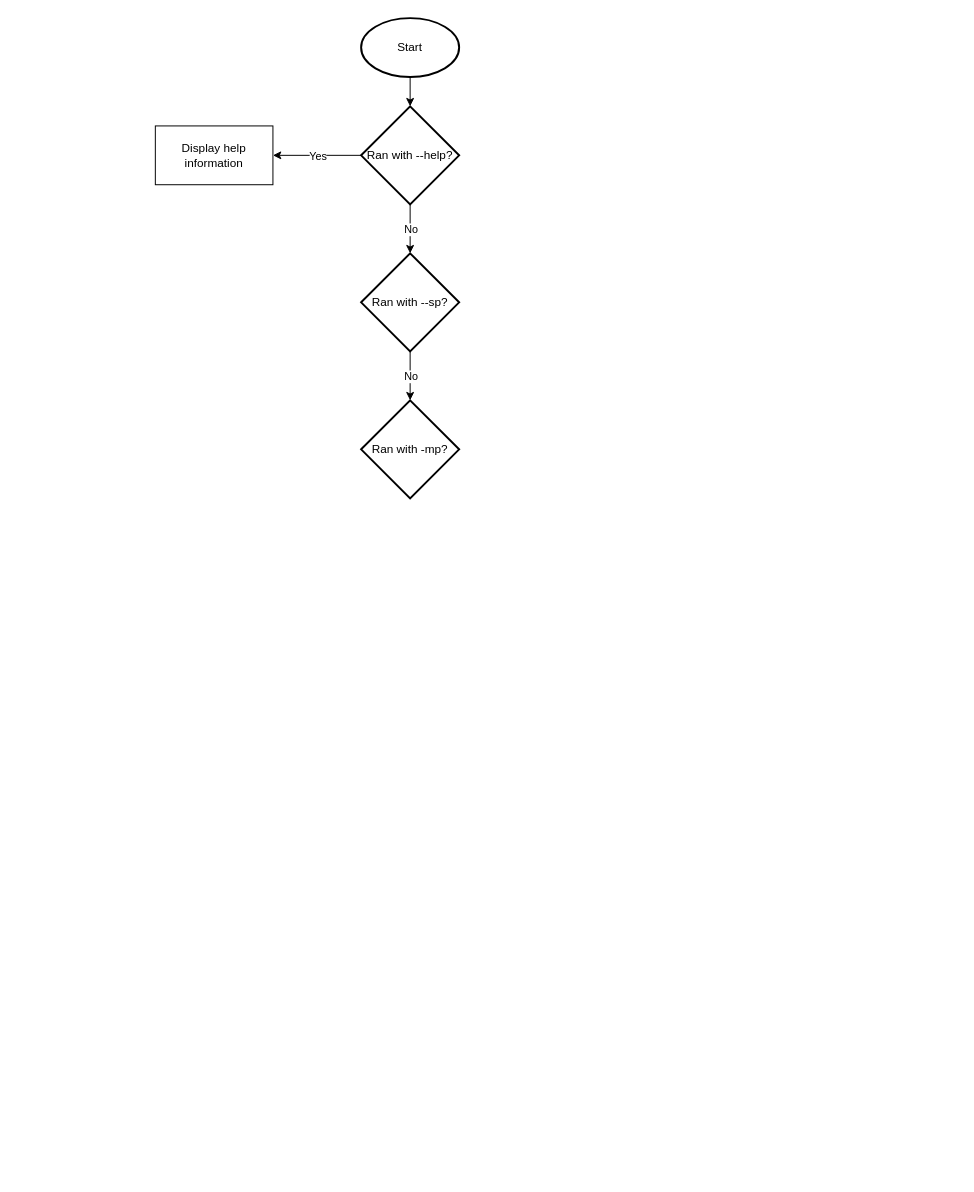
Before: flowchart.drawio in SachaBucinskas/Squiz, a draw.io diagram. Source tidied: cells renumbered, new cells numbered last; positions are measured from the earlier drawing's top-left corner, leaving out a move shared by most shapes. Both pictures are drawn from the tidied source at 98%, with x=0, y=0 at pixel (155, 18).
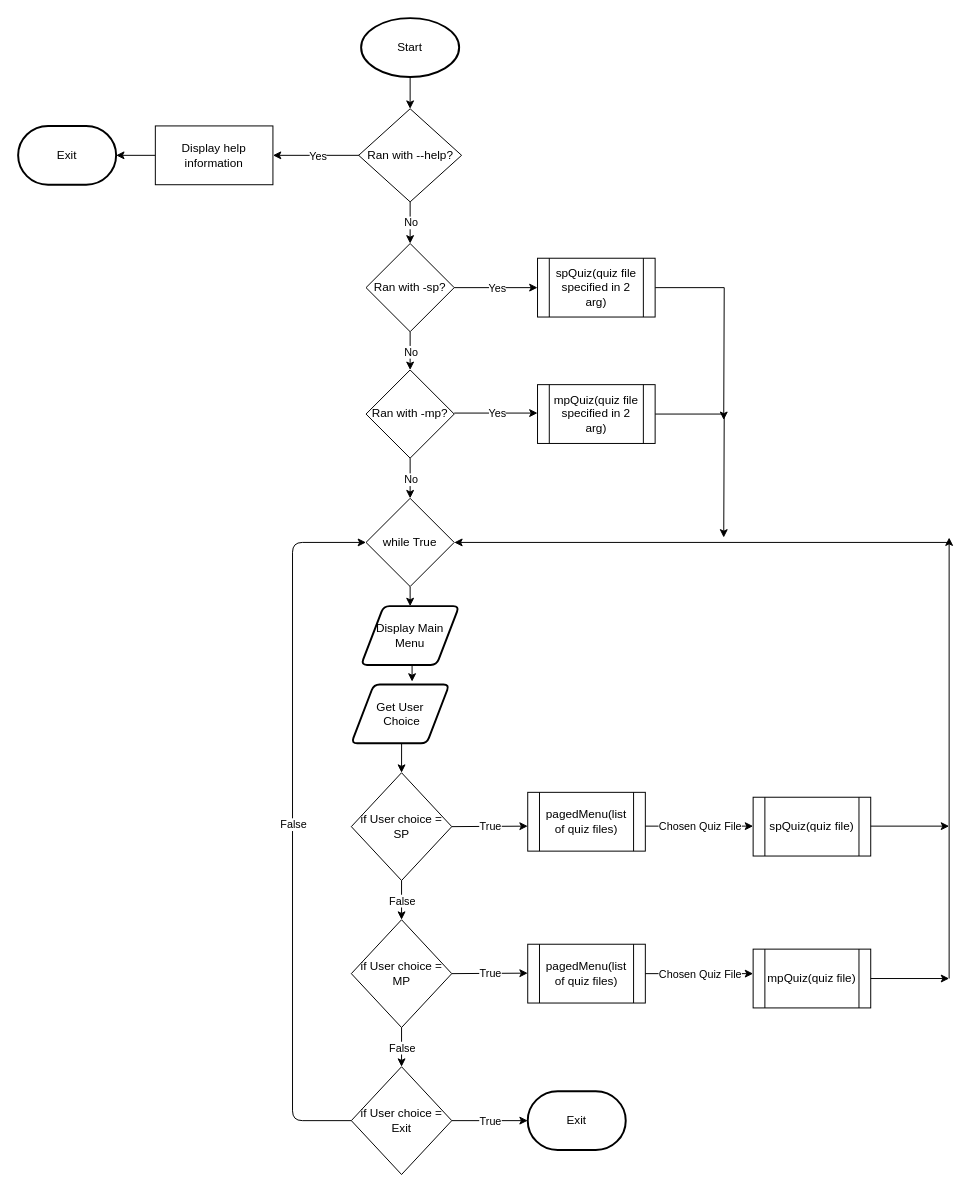
The same diagram, later.

Unchanged cells that the change refers to:
```xml
<mxCell id="2" value="Start" style="strokeWidth=2;html=1;shape=mxgraph.flowchart.start_1;whiteSpace=wrap;" parent="1" vertex="1">
  <mxGeometry x="210" width="100" height="60" as="geometry" />
</mxCell>
<mxCell id="6" value="Display help&lt;br&gt;information" style="rounded=0;whiteSpace=wrap;html=1;" parent="1" vertex="1">
  <mxGeometry y="110" width="120" height="60" as="geometry" />
</mxCell>
```

Change to the diagram source:
```diff
@@
-    <mxCell id="3" value="Ran with --help?" style="strokeWidth=2;html=1;shape=mxgraph.flowchart.decision;whiteSpace=wrap;" parent="1" vertex="1">
-      <mxGeometry x="210" y="90" width="100" height="100" as="geometry" />
-    </mxCell>
-    <mxCell id="4" style="endArrow=classic;html=1;exitX=0;exitY=0.5;exitDx=0;exitDy=0;exitPerimeter=0;entryX=1;entryY=0.5;entryDx=0;entryDy=0;" parent="1" edge="1" source="3" target="6">
-      <mxGeometry relative="1" as="geometry" />
+    <mxCell id="4" style="endArrow=classic;html=1;exitX=0;exitY=0.5;exitDx=0;exitDy=0;exitPerimeter=0;entryX=1;entryY=0.5;entryDx=0;entryDy=0;" parent="1" edge="1" target="6">
+      <mxGeometry relative="1" as="geometry">
+        <mxPoint x="210" y="140" as="sourcePoint" />
+      </mxGeometry>
     </mxCell>
@@
+    <mxCell id="14" style="edgeStyle=orthogonalEdgeStyle;rounded=0;jettySize=auto;html=1;exitX=0;exitY=0.5;exitDx=0;exitDy=0;entryX=1;entryY=0.5;entryDx=0;entryDy=0;entryPerimeter=0;" parent="1" edge="1" source="6" target="30">
+      <mxGeometry relative="1" as="geometry" />
+    </mxCell>
@@
-    <mxCell id="7" value="Ran with --sp?" style="strokeWidth=2;html=1;shape=mxgraph.flowchart.decision;whiteSpace=wrap;" parent="1" vertex="1">
-      <mxGeometry x="210" y="240" width="100" height="100" as="geometry" />
-    </mxCell>
-    <mxCell id="8" style="endArrow=classic;html=1;exitX=0.5;exitY=1;exitDx=0;exitDy=0;exitPerimeter=0;entryX=0.5;entryY=0;entryDx=0;entryDy=0;entryPerimeter=0;" parent="1" edge="1" source="3" target="7">
+    <mxCell id="8" style="endArrow=classic;html=1;exitX=0.5;exitY=1;exitDx=0;exitDy=0;entryX=0.5;entryY=0;entryDx=0;entryDy=0;" parent="1" edge="1" source="3" target="15">
       <mxGeometry relative="1" as="geometry" />
     </mxCell>
@@
-    <mxCell id="10" style="endArrow=classic;html=1;exitX=0.5;exitY=1;exitDx=0;exitDy=0;exitPerimeter=0;entryX=0.5;entryY=0;entryDx=0;entryDy=0;entryPerimeter=0;" parent="1" edge="1" source="2" target="3">
+    <mxCell id="10" style="endArrow=classic;html=1;exitX=0.5;exitY=1;exitDx=0;exitDy=0;exitPerimeter=0;entryX=0.5;entryY=0;entryDx=0;entryDy=0;" parent="1" edge="1" source="2" target="3">
       <mxGeometry relative="1" as="geometry" />
     </mxCell>
-    <mxCell id="11" value="Ran with -mp?" style="strokeWidth=2;html=1;shape=mxgraph.flowchart.decision;whiteSpace=wrap;" parent="1" vertex="1">
-      <mxGeometry x="210" y="390" width="100" height="100" as="geometry" />
-    </mxCell>
-    <mxCell id="12" style="endArrow=classic;html=1;exitX=0.5;exitY=1;exitDx=0;exitDy=0;exitPerimeter=0;entryX=0.5;entryY=0;entryDx=0;entryDy=0;entryPerimeter=0;" parent="1" edge="1" source="7" target="11">
+    <mxCell id="12" style="endArrow=classic;html=1;exitX=0.5;exitY=1;exitDx=0;exitDy=0;entryX=0.5;entryY=0;entryDx=0;entryDy=0;" parent="1" edge="1" source="15" target="11">
       <mxGeometry relative="1" as="geometry" />
     </mxCell>
@@
+    <mxCell id="11" value="Ran with -mp?" style="rhombus;whiteSpace=wrap;html=1;" parent="1" vertex="1">
+      <mxGeometry x="215" y="359" width="90" height="90" as="geometry" />
+    </mxCell>
+    <mxCell id="15" value="Ran with -sp?" style="rhombus;whiteSpace=wrap;html=1;" parent="1" vertex="1">
+      <mxGeometry x="215" y="230" width="90" height="90" as="geometry" />
+    </mxCell>
+    <mxCell id="3" value="Ran with --help?" style="rhombus;whiteSpace=wrap;html=1;" parent="1" vertex="1">
+      <mxGeometry x="207.5" y="92.5" width="105" height="95" as="geometry" />
+    </mxCell>
+    <mxCell id="16" style="edgeStyle=orthogonalEdgeStyle;rounded=0;jettySize=auto;html=1;exitX=0.5;exitY=1;exitDx=0;exitDy=0;entryX=0.5;entryY=0;entryDx=0;entryDy=0;" parent="1" edge="1" source="17">
+      <mxGeometry relative="1" as="geometry">
+        <mxPoint x="260" y="600" as="targetPoint" />
+      </mxGeometry>
+    </mxCell>
+    <mxCell id="17" value="while True" style="rhombus;whiteSpace=wrap;html=1;" parent="1" vertex="1">
+      <mxGeometry x="215" y="490" width="90" height="90" as="geometry" />
+    </mxCell>
+    <mxCell id="18" style="endArrow=classic;html=1;exitX=0.5;exitY=1;exitDx=0;exitDy=0;entryX=0.5;entryY=0;entryDx=0;entryDy=0;" parent="1" edge="1" source="11" target="17">
+      <mxGeometry relative="1" as="geometry" />
+    </mxCell>
+    <mxCell id="19" value="No" style="edgeLabel;html=1;align=center;verticalAlign=middle;" parent="18" vertex="1">
+      <mxGeometry relative="1" as="geometry" />
+    </mxCell>
+    <mxCell id="20" style="edgeStyle=orthogonalEdgeStyle;rounded=0;jettySize=auto;html=1;exitX=0.5;exitY=1;exitDx=0;exitDy=0;entryX=0.62;entryY=-0.05;entryDx=0;entryDy=0;entryPerimeter=0;" parent="1" edge="1" source="21" target="23">
+      <mxGeometry relative="1" as="geometry" />
+    </mxCell>
+    <mxCell id="21" value="Display Main Menu" style="shape=parallelogram;html=1;strokeWidth=2;perimeter=parallelogramPerimeter;whiteSpace=wrap;rounded=1;arcSize=12;size=0.23;" parent="1" vertex="1">
+      <mxGeometry x="210" y="600" width="100" height="60" as="geometry" />
+    </mxCell>
+    <mxCell id="22" style="edgeStyle=orthogonalEdgeStyle;rounded=0;jettySize=auto;html=1;exitX=0.5;exitY=1;exitDx=0;exitDy=0;entryX=0.5;entryY=0;entryDx=0;entryDy=0;" parent="1" edge="1" source="23" target="24">
+      <mxGeometry relative="1" as="geometry" />
+    </mxCell>
+    <mxCell id="23" value="Get User&lt;br&gt;&amp;nbsp;Choice" style="shape=parallelogram;html=1;strokeWidth=2;perimeter=parallelogramPerimeter;whiteSpace=wrap;rounded=1;arcSize=12;size=0.23;" parent="1" vertex="1">
+      <mxGeometry x="200" y="680" width="100" height="60" as="geometry" />
+    </mxCell>
+    <mxCell id="24" value="if User choice = SP" style="rhombus;whiteSpace=wrap;html=1;" parent="1" vertex="1">
+      <mxGeometry x="200" y="770" width="102.5" height="110" as="geometry" />
+    </mxCell>
+    <mxCell id="25" value="if User choice = MP" style="rhombus;whiteSpace=wrap;html=1;" parent="1" vertex="1">
+      <mxGeometry x="200" y="920" width="102.5" height="110" as="geometry" />
+    </mxCell>
+    <mxCell id="26" style="endArrow=classic;html=1;exitX=0.5;exitY=1;exitDx=0;exitDy=0;entryX=0.5;entryY=0;entryDx=0;entryDy=0;" parent="1" edge="1" source="24" target="25">
+      <mxGeometry relative="1" as="geometry" />
+    </mxCell>
+    <mxCell id="27" value="False" style="edgeLabel;html=1;align=center;verticalAlign=middle;" parent="26" vertex="1">
+      <mxGeometry relative="1" as="geometry" />
+    </mxCell>
+    <mxCell id="28" value="if User choice = Exit" style="rhombus;whiteSpace=wrap;html=1;" parent="1" vertex="1">
+      <mxGeometry x="200" y="1070" width="102.5" height="110" as="geometry" />
+    </mxCell>
+    <mxCell id="29" value="Exit" style="strokeWidth=2;html=1;shape=mxgraph.flowchart.terminator;whiteSpace=wrap;" parent="1" vertex="1">
+      <mxGeometry x="380" y="1095" width="100" height="60" as="geometry" />
+    </mxCell>
+    <mxCell id="30" value="Exit" style="strokeWidth=2;html=1;shape=mxgraph.flowchart.terminator;whiteSpace=wrap;" parent="1" vertex="1">
+      <mxGeometry x="-140" y="110" width="100" height="60" as="geometry" />
+    </mxCell>
+    <mxCell id="31" style="endArrow=classic;html=1;exitX=0.5;exitY=1;exitDx=0;exitDy=0;entryX=0.5;entryY=0;entryDx=0;entryDy=0;" parent="1" edge="1" source="25" target="28">
+      <mxGeometry relative="1" as="geometry" />
+    </mxCell>
+    <mxCell id="32" value="False" style="edgeLabel;html=1;align=center;verticalAlign=middle;" parent="31" vertex="1">
+      <mxGeometry relative="1" as="geometry" />
+    </mxCell>
+    <mxCell id="33" style="endArrow=classic;html=1;entryX=0;entryY=0.5;entryDx=0;entryDy=0;entryPerimeter=0;exitX=1;exitY=0.5;exitDx=0;exitDy=0;" parent="1" edge="1" source="28" target="29">
+      <mxGeometry relative="1" as="geometry" />
+    </mxCell>
+    <mxCell id="34" value="True" style="edgeLabel;html=1;align=center;verticalAlign=middle;" parent="33" vertex="1">
+      <mxGeometry relative="1" as="geometry" />
+    </mxCell>
+    <mxCell id="35" style="endArrow=classic;html=1;exitX=0;exitY=0.5;exitDx=0;exitDy=0;entryX=0;entryY=0.5;entryDx=0;entryDy=0;" parent="1" edge="1" source="28" target="17">
+      <mxGeometry relative="1" as="geometry">
+        <Array as="points">
+          <mxPoint x="140" y="1125" />
+          <mxPoint x="140" y="535" />
+        </Array>
+      </mxGeometry>
+    </mxCell>
+    <mxCell id="36" value="False" style="edgeLabel;html=1;align=center;verticalAlign=middle;" parent="35" vertex="1">
+      <mxGeometry relative="1" as="geometry" />
+    </mxCell>
+    <mxCell id="37" value="pagedMenu(list of quiz files)" style="shape=process;whiteSpace=wrap;html=1;backgroundOutline=1;" parent="1" vertex="1">
+      <mxGeometry x="380" y="945" width="120" height="60" as="geometry" />
+    </mxCell>
+    <mxCell id="38" style="endArrow=classic;html=1;entryX=0;entryY=0.5;entryDx=0;entryDy=0;entryPerimeter=0;exitX=1;exitY=0.5;exitDx=0;exitDy=0;" parent="1" edge="1" source="25">
+      <mxGeometry relative="1" as="geometry">
+        <mxPoint x="380" y="974.5" as="targetPoint" />
+      </mxGeometry>
+    </mxCell>
+    <mxCell id="39" value="True" style="edgeLabel;html=1;align=center;verticalAlign=middle;" parent="38" vertex="1">
+      <mxGeometry relative="1" as="geometry" />
+    </mxCell>
+    <mxCell id="40" style="endArrow=classic;html=1;entryX=0;entryY=0.5;entryDx=0;entryDy=0;entryPerimeter=0;exitX=1;exitY=0.5;exitDx=0;exitDy=0;" parent="1" edge="1">
+      <mxGeometry relative="1" as="geometry">
+        <mxPoint x="302.5" y="825" as="sourcePoint" />
+        <mxPoint x="380" y="824.5" as="targetPoint" />
+      </mxGeometry>
+    </mxCell>
+    <mxCell id="41" value="True" style="edgeLabel;html=1;align=center;verticalAlign=middle;" parent="40" vertex="1">
+      <mxGeometry relative="1" as="geometry" />
+    </mxCell>
+    <mxCell id="42" value="pagedMenu(list of quiz files)" style="shape=process;whiteSpace=wrap;html=1;backgroundOutline=1;" parent="1" vertex="1">
+      <mxGeometry x="380" y="790" width="120" height="60" as="geometry" />
+    </mxCell>
+    <mxCell id="43" style="endArrow=classic;html=1;exitX=1;exitY=0.5;exitDx=0;exitDy=0;" parent="1" edge="1" source="37">
+      <mxGeometry relative="1" as="geometry">
+        <mxPoint x="610" y="975" as="targetPoint" />
+      </mxGeometry>
+    </mxCell>
+    <mxCell id="44" value="Chosen Quiz File" style="edgeLabel;html=1;align=center;verticalAlign=middle;" parent="43" vertex="1">
+      <mxGeometry relative="1" as="geometry" />
+    </mxCell>
+    <mxCell id="45" value="mpQuiz(quiz file)" style="shape=process;whiteSpace=wrap;html=1;backgroundOutline=1;" parent="1" vertex="1">
+      <mxGeometry x="610" y="950" width="120" height="60" as="geometry" />
+    </mxCell>
+    <mxCell id="46" style="endArrow=classic;html=1;exitX=1;exitY=0.5;exitDx=0;exitDy=0;" parent="1" edge="1">
+      <mxGeometry relative="1" as="geometry">
+        <mxPoint x="500" y="824.5" as="sourcePoint" />
+        <mxPoint x="610" y="824.5" as="targetPoint" />
+      </mxGeometry>
+    </mxCell>
+    <mxCell id="47" value="Chosen Quiz File" style="edgeLabel;html=1;align=center;verticalAlign=middle;" parent="46" vertex="1">
+      <mxGeometry relative="1" as="geometry" />
+    </mxCell>
+    <mxCell id="48" value="spQuiz(quiz file)" style="shape=process;whiteSpace=wrap;html=1;backgroundOutline=1;" parent="1" vertex="1">
+      <mxGeometry x="610" y="795" width="120" height="60" as="geometry" />
+    </mxCell>
+    <mxCell id="49" style="endArrow=classic;html=1;exitX=1;exitY=0.5;exitDx=0;exitDy=0;" parent="1" edge="1" source="45">
+      <mxGeometry relative="1" as="geometry">
+        <mxPoint x="810" y="980" as="targetPoint" />
+      </mxGeometry>
+    </mxCell>
+    <mxCell id="50" style="endArrow=classic;html=1;" parent="1" edge="1">
+      <mxGeometry relative="1" as="geometry">
+        <mxPoint x="810" y="980" as="sourcePoint" />
+        <mxPoint x="810" y="530" as="targetPoint" />
+      </mxGeometry>
+    </mxCell>
+    <mxCell id="51" style="endArrow=classic;html=1;entryX=1;entryY=0.5;entryDx=0;entryDy=0;" parent="1" edge="1" target="17">
+      <mxGeometry relative="1" as="geometry">
+        <mxPoint x="810" y="535" as="sourcePoint" />
+      </mxGeometry>
+    </mxCell>
+    <mxCell id="52" style="endArrow=classic;html=1;exitX=1;exitY=0.5;exitDx=0;exitDy=0;" parent="1" edge="1">
+      <mxGeometry relative="1" as="geometry">
+        <mxPoint x="730" y="824.5" as="sourcePoint" />
+        <mxPoint x="810" y="824.5" as="targetPoint" />
+      </mxGeometry>
+    </mxCell>
+    <mxCell id="53" style="edgeStyle=orthogonalEdgeStyle;rounded=0;jettySize=auto;html=1;exitX=1;exitY=0.5;exitDx=0;exitDy=0;" parent="1" edge="1" source="54">
+      <mxGeometry relative="1" as="geometry">
+        <mxPoint x="580" y="530" as="targetPoint" />
+      </mxGeometry>
+    </mxCell>
+    <mxCell id="54" value="mpQuiz(quiz file specified in 2 arg)" style="shape=process;whiteSpace=wrap;html=1;backgroundOutline=1;" parent="1" vertex="1">
+      <mxGeometry x="390" y="374" width="120" height="60" as="geometry" />
+    </mxCell>
+    <mxCell id="55" style="edgeStyle=orthogonalEdgeStyle;rounded=0;jettySize=auto;html=1;exitX=1;exitY=0.5;exitDx=0;exitDy=0;" parent="1" edge="1" source="56">
+      <mxGeometry relative="1" as="geometry">
+        <mxPoint x="580" y="410" as="targetPoint" />
+      </mxGeometry>
+    </mxCell>
+    <mxCell id="56" value="spQuiz(quiz file specified in 2 arg)" style="shape=process;whiteSpace=wrap;html=1;backgroundOutline=1;" parent="1" vertex="1">
+      <mxGeometry x="390" y="245" width="120" height="60" as="geometry" />
+    </mxCell>
+    <mxCell id="57" style="endArrow=classic;html=1;exitX=1;exitY=0.5;exitDx=0;exitDy=0;entryX=0;entryY=0.5;entryDx=0;entryDy=0;" parent="1" edge="1" source="15" target="56">
+      <mxGeometry relative="1" as="geometry" />
+    </mxCell>
+    <mxCell id="58" value="Yes" style="edgeLabel;html=1;align=center;verticalAlign=middle;" parent="57" vertex="1">
+      <mxGeometry relative="1" as="geometry" />
+    </mxCell>
+    <mxCell id="59" style="endArrow=classic;html=1;exitX=1;exitY=0.5;exitDx=0;exitDy=0;entryX=0;entryY=0.5;entryDx=0;entryDy=0;" parent="1" edge="1">
+      <mxGeometry relative="1" as="geometry">
+        <mxPoint x="305" y="403" as="sourcePoint" />
+        <mxPoint x="390" y="403" as="targetPoint" />
+      </mxGeometry>
+    </mxCell>
+    <mxCell id="60" value="Yes" style="edgeLabel;html=1;align=center;verticalAlign=middle;" parent="59" vertex="1">
+      <mxGeometry relative="1" as="geometry" />
+    </mxCell>
```
